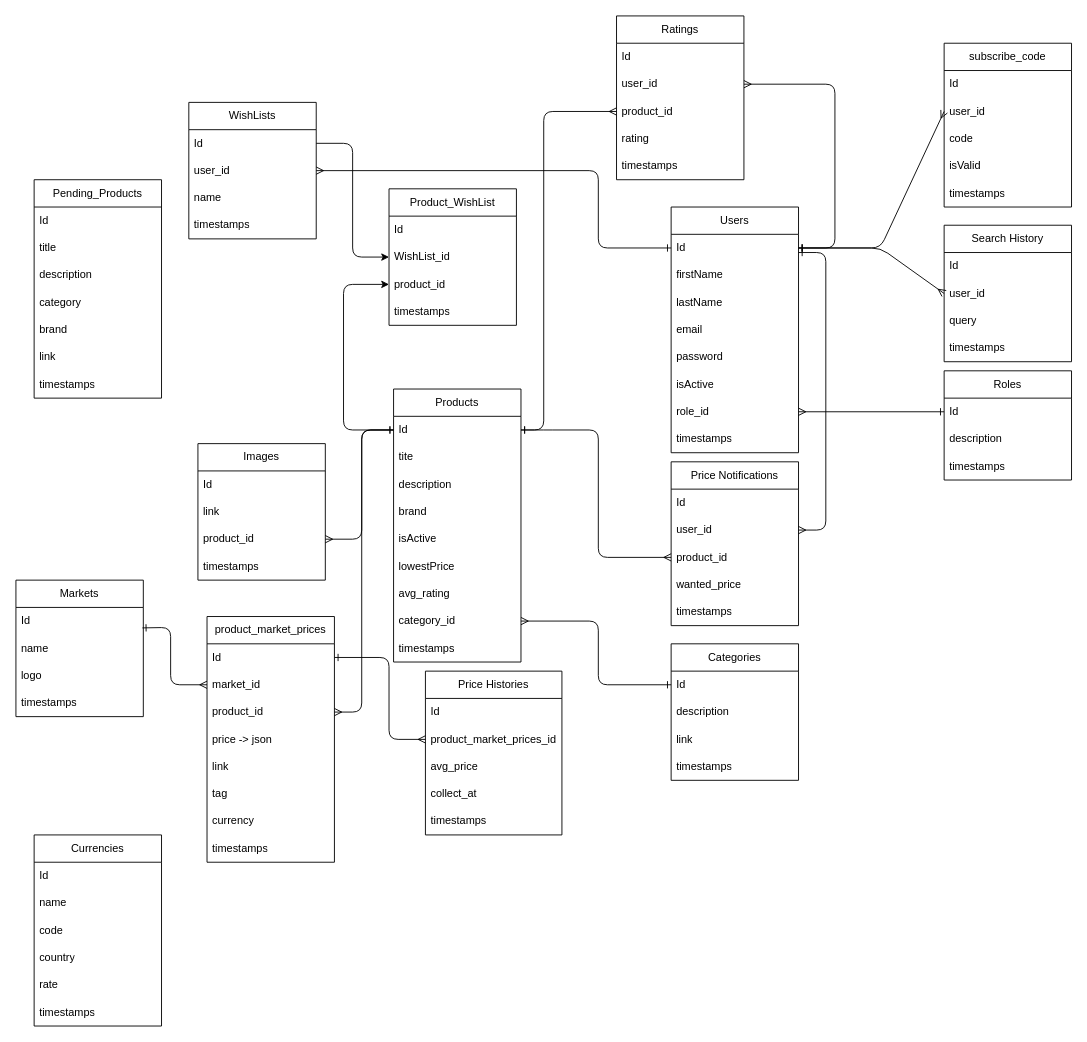
Before: Planning/DbStructure.drawio in ClaudioRSGit/Webscraper, a draw.io diagram. Source tidied: cells renumbered, new cells numbered last; positions are measured from the earlier drawing's top-left corner, leaving out a move shared by most shapes. Both pictures are drawn from the tidied source at 91%, with x=0, y=0 at pixel (15, 15).
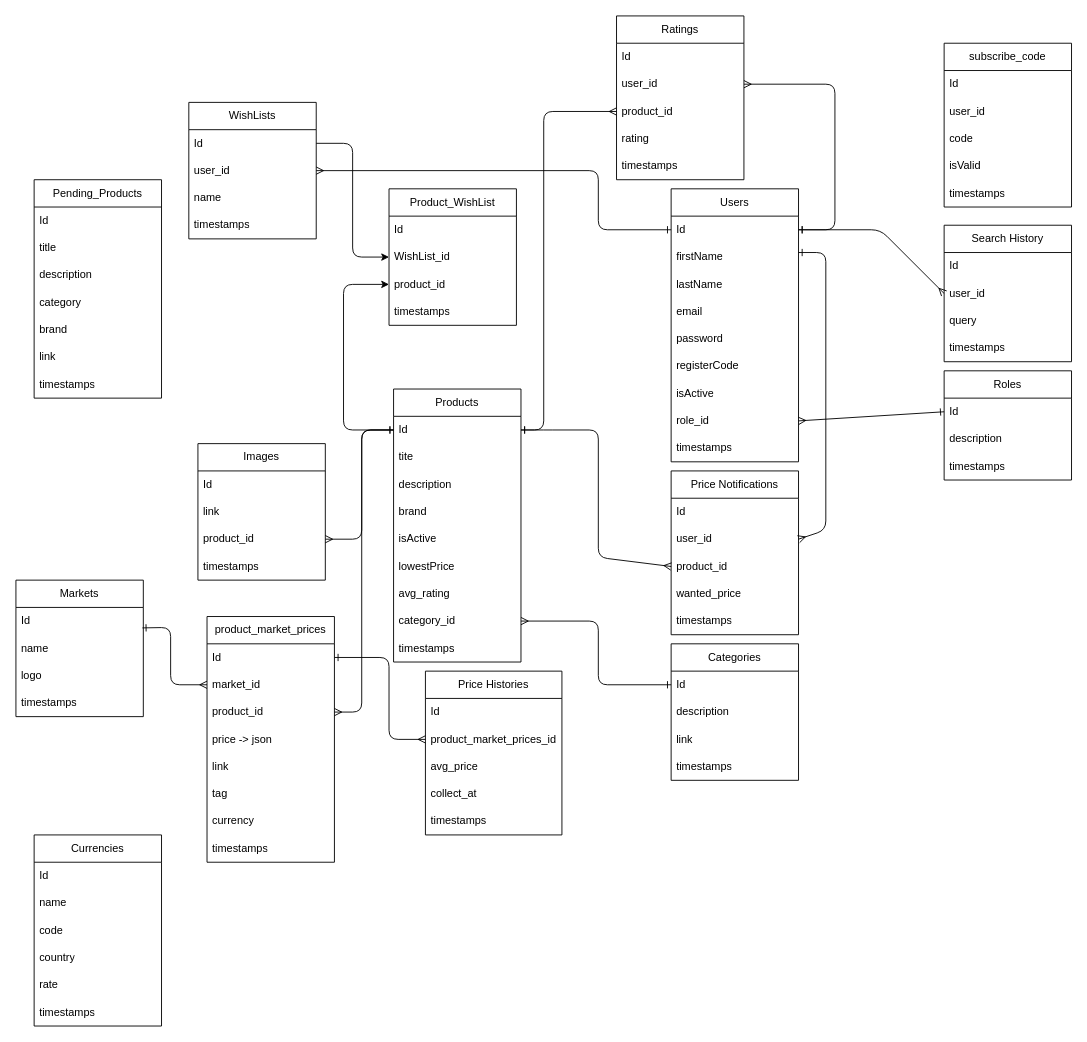
The same page after the edit.

The change refers to these unchanged cells:
```xml
<mxCell id="3" value="Id" style="text;strokeColor=none;fillColor=none;align=left;verticalAlign=middle;spacingLeft=4;spacingRight=4;overflow=hidden;points=[[0,0.5],[1,0.5]];portConstraint=eastwest;whiteSpace=wrap;html=1;" parent="2" vertex="1">
  <mxGeometry y="30" width="140" height="30" as="geometry" />
</mxCell>
<mxCell id="17" value="user_id" style="text;strokeColor=none;fillColor=none;align=left;verticalAlign=middle;spacingLeft=4;spacingRight=4;overflow=hidden;points=[[0,0.5],[1,0.5]];portConstraint=eastwest;whiteSpace=wrap;html=1;" parent="15" vertex="1">
  <mxGeometry y="60" width="140" height="30" as="geometry" />
</mxCell>
<mxCell id="39" value="user_id" style="text;strokeColor=none;fillColor=none;align=left;verticalAlign=middle;spacingLeft=4;spacingRight=4;overflow=hidden;points=[[0,0.5],[1,0.5]];portConstraint=eastwest;whiteSpace=wrap;html=1;" parent="37" vertex="1">
  <mxGeometry y="60" width="140" height="30" as="geometry" />
</mxCell>
<mxCell id="56" value="user_id" style="text;strokeColor=none;fillColor=none;align=left;verticalAlign=middle;spacingLeft=4;spacingRight=4;overflow=hidden;points=[[0,0.5],[1,0.5]];portConstraint=eastwest;whiteSpace=wrap;html=1;" parent="54" vertex="1">
  <mxGeometry y="60" width="140" height="30" as="geometry" />
</mxCell>
<mxCell id="98" value="user_id" style="text;strokeColor=none;fillColor=none;align=left;verticalAlign=middle;spacingLeft=4;spacingRight=4;overflow=hidden;points=[[0,0.5],[1,0.5]];portConstraint=eastwest;whiteSpace=wrap;html=1;" parent="96" vertex="1">
  <mxGeometry y="60" width="140" height="30" as="geometry" />
</mxCell>
```

What changed in the source:
```diff
@@
     <mxCell id="2" value="Users" style="swimlane;fontStyle=0;horizontal=1;startSize=30;whiteSpace=wrap;html=1;" parent="1" vertex="1">
-      <mxGeometry x="720" y="210" width="140" height="270" as="geometry" />
+      <mxGeometry x="720" y="190" width="140" height="300" as="geometry" />
     </mxCell>
@@
+    <mxCell id="118" value="registerCode" style="text;strokeColor=none;fillColor=none;align=left;verticalAlign=middle;spacingLeft=4;spacingRight=4;overflow=hidden;whiteSpace=wrap;html=1;" parent="2" vertex="1">
+      <mxGeometry y="180" width="140" height="30" as="geometry" />
+    </mxCell>
     <mxCell id="8" value="isActive" style="text;strokeColor=none;fillColor=none;align=left;verticalAlign=middle;spacingLeft=4;spacingRight=4;overflow=hidden;whiteSpace=wrap;html=1;" parent="2" vertex="1">
-      <mxGeometry y="180" width="140" height="30" as="geometry" />
+      <mxGeometry y="210" width="140" height="30" as="geometry" />
     </mxCell>
     <mxCell id="9" value="role_id" style="text;strokeColor=none;fillColor=none;align=left;verticalAlign=middle;spacingLeft=4;spacingRight=4;overflow=hidden;points=[[0,0.5],[1,0.5]];portConstraint=eastwest;whiteSpace=wrap;html=1;" parent="2" vertex="1">
-      <mxGeometry y="210" width="140" height="30" as="geometry" />
+      <mxGeometry y="240" width="140" height="30" as="geometry" />
     </mxCell>
     <mxCell id="10" value="timestamps" style="text;strokeColor=none;fillColor=none;align=left;verticalAlign=middle;spacingLeft=4;spacingRight=4;overflow=hidden;whiteSpace=wrap;html=1;" parent="2" vertex="1">
-      <mxGeometry y="240" width="140" height="30" as="geometry" />
+      <mxGeometry y="270" width="140" height="30" as="geometry" />
     </mxCell>
@@
     <mxCell id="42" value="Price Notifications" style="swimlane;fontStyle=0;horizontal=1;startSize=30;whiteSpace=wrap;html=1;" parent="1" vertex="1">
-      <mxGeometry x="720" y="490" width="140" height="180" as="geometry" />
+      <mxGeometry x="720" y="500" width="140" height="180" as="geometry" />
     </mxCell>
@@
     <mxCell id="68" style="edgeStyle=none;html=1;exitX=1;exitY=0.5;exitDx=0;exitDy=0;entryX=0;entryY=0.5;entryDx=0;entryDy=0;endArrow=ERmany;endFill=0;startArrow=ERone;startFill=0;" parent="1" edge="1" source="3" target="39">
       <mxGeometry relative="1" as="geometry">
         <Array as="points">
-          <mxPoint x="950" y="255" />
+          <mxPoint x="950" y="235" />
         </Array>
       </mxGeometry>
     </mxCell>
-    <mxCell id="69" style="edgeStyle=none;html=1;exitX=1;exitY=0.5;exitDx=0;exitDy=0;entryX=0;entryY=0.5;entryDx=0;entryDy=0;startArrow=ERone;startFill=0;endArrow=ERmany;endFill=0;" parent="1" edge="1" source="3" target="17">
-      <mxGeometry relative="1" as="geometry">
-        <Array as="points">
-          <mxPoint x="950" y="255" />
-        </Array>
-      </mxGeometry>
-    </mxCell>
@@
     <mxCell id="71" style="edgeStyle=none;html=1;exitX=1;exitY=0.5;exitDx=0;exitDy=0;entryX=1;entryY=0.5;entryDx=0;entryDy=0;startArrow=ERone;startFill=0;endArrow=ERmany;endFill=0;" parent="1" edge="1" source="3" target="56">
       <mxGeometry relative="1" as="geometry">
         <Array as="points">
-          <mxPoint x="900" y="255" />
+          <mxPoint x="900" y="235" />
           <mxPoint x="900" y="75" />
         </Array>
       </mxGeometry>
     </mxCell>
@@
     <mxCell id="106" style="edgeStyle=none;html=1;entryX=1;entryY=0.5;entryDx=0;entryDy=0;startArrow=ERone;startFill=0;endArrow=ERmany;endFill=0;exitX=0;exitY=0.5;exitDx=0;exitDy=0;" parent="1" edge="1" source="3" target="98">
       <mxGeometry relative="1" as="geometry">
         <Array as="points">
-          <mxPoint x="640" y="255" />
+          <mxPoint x="640" y="235" />
           <mxPoint x="640" y="170" />
         </Array>
       </mxGeometry>
     </mxCell>
```
